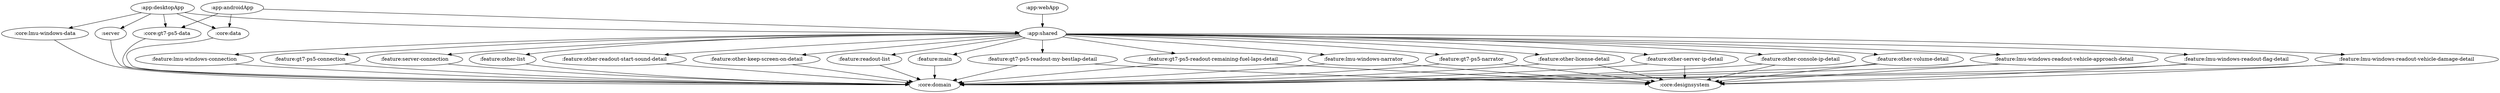
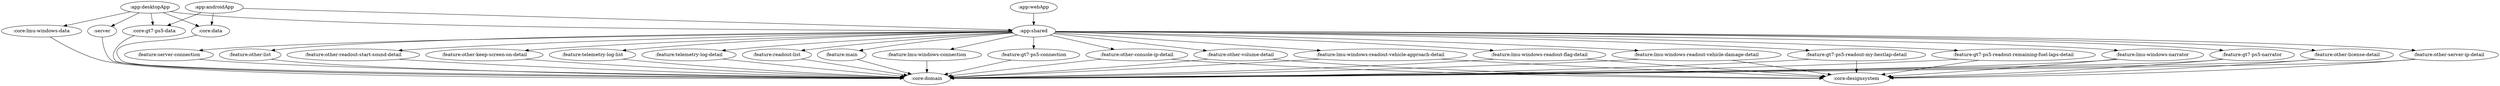
digraph G {
  rankdir=TB
  ":server" -> ":core:domain"
  ":app:androidApp" -> ":app:shared"
  ":app:androidApp" -> ":core:data"
  ":app:androidApp" -> ":core:gt7-ps5-data"
  ":app:desktopApp" -> ":app:shared"
  ":app:desktopApp" -> ":core:data"
  ":app:desktopApp" -> ":core:lmu-windows-data"
  ":app:desktopApp" -> ":core:gt7-ps5-data"
  ":app:desktopApp" -> ":server"
  ":app:shared" -> ":feature:main"
  ":app:shared" -> ":feature:lmu-windows-connection"
  ":app:shared" -> ":feature:gt7-ps5-connection"
  ":app:shared" -> ":feature:server-connection"
  ":app:shared" -> ":feature:lmu-windows-narrator"
  ":app:shared" -> ":feature:gt7-ps5-narrator"
  ":app:shared" -> ":feature:other-license-detail"
  ":app:shared" -> ":feature:other-list"
  ":app:shared" -> ":feature:other-server-ip-detail"
  ":app:shared" -> ":feature:other-console-ip-detail"
  ":app:shared" -> ":feature:other-readout-start-sound-detail"
  ":app:shared" -> ":feature:other-volume-detail"
  ":app:shared" -> ":feature:other-keep-screen-on-detail"
+   ":app:shared" -> ":feature:telemetry-log-list"
+   ":app:shared" -> ":feature:telemetry-log-detail"
  ":app:shared" -> ":feature:readout-list"
  ":app:shared" -> ":feature:lmu-windows-readout-vehicle-approach-detail"
  ":app:shared" -> ":feature:lmu-windows-readout-flag-detail"
  ":app:shared" -> ":feature:lmu-windows-readout-vehicle-damage-detail"
  ":app:shared" -> ":feature:gt7-ps5-readout-my-bestlap-detail"
  ":app:shared" -> ":feature:gt7-ps5-readout-remaining-fuel-laps-detail"
  ":app:webApp" -> ":app:shared"
  ":core:data" -> ":core:domain"
  ":core:gt7-ps5-data" -> ":core:domain"
  ":core:lmu-windows-data" -> ":core:domain"
  ":feature:gt7-ps5-connection" -> ":core:domain"
  ":feature:gt7-ps5-narrator" -> ":core:domain"
  ":feature:gt7-ps5-narrator" -> ":core:designsystem"
  ":feature:gt7-ps5-readout-my-bestlap-detail" -> ":core:domain"
  ":feature:gt7-ps5-readout-my-bestlap-detail" -> ":core:designsystem"
  ":feature:gt7-ps5-readout-remaining-fuel-laps-detail" -> ":core:domain"
  ":feature:gt7-ps5-readout-remaining-fuel-laps-detail" -> ":core:designsystem"
  ":feature:lmu-windows-connection" -> ":core:domain"
  ":feature:lmu-windows-narrator" -> ":core:domain"
  ":feature:lmu-windows-narrator" -> ":core:designsystem"
  ":feature:lmu-windows-readout-flag-detail" -> ":core:domain"
  ":feature:lmu-windows-readout-flag-detail" -> ":core:designsystem"
  ":feature:lmu-windows-readout-vehicle-approach-detail" -> ":core:domain"
  ":feature:lmu-windows-readout-vehicle-approach-detail" -> ":core:designsystem"
  ":feature:lmu-windows-readout-vehicle-damage-detail" -> ":core:domain"
  ":feature:lmu-windows-readout-vehicle-damage-detail" -> ":core:designsystem"
  ":feature:main" -> ":core:domain"
  ":feature:other-console-ip-detail" -> ":core:domain"
  ":feature:other-console-ip-detail" -> ":core:designsystem"
  ":feature:other-keep-screen-on-detail" -> ":core:domain"
  ":feature:other-license-detail" -> ":core:domain"
  ":feature:other-license-detail" -> ":core:designsystem"
  ":feature:other-list" -> ":core:domain"
  ":feature:other-readout-start-sound-detail" -> ":core:domain"
  ":feature:other-server-ip-detail" -> ":core:domain"
  ":feature:other-server-ip-detail" -> ":core:designsystem"
  ":feature:other-volume-detail" -> ":core:domain"
  ":feature:other-volume-detail" -> ":core:designsystem"
  ":feature:readout-list" -> ":core:domain"
  ":feature:server-connection" -> ":core:domain"
+   ":feature:telemetry-log-detail" -> ":core:domain"
+   ":feature:telemetry-log-list" -> ":core:domain"
}